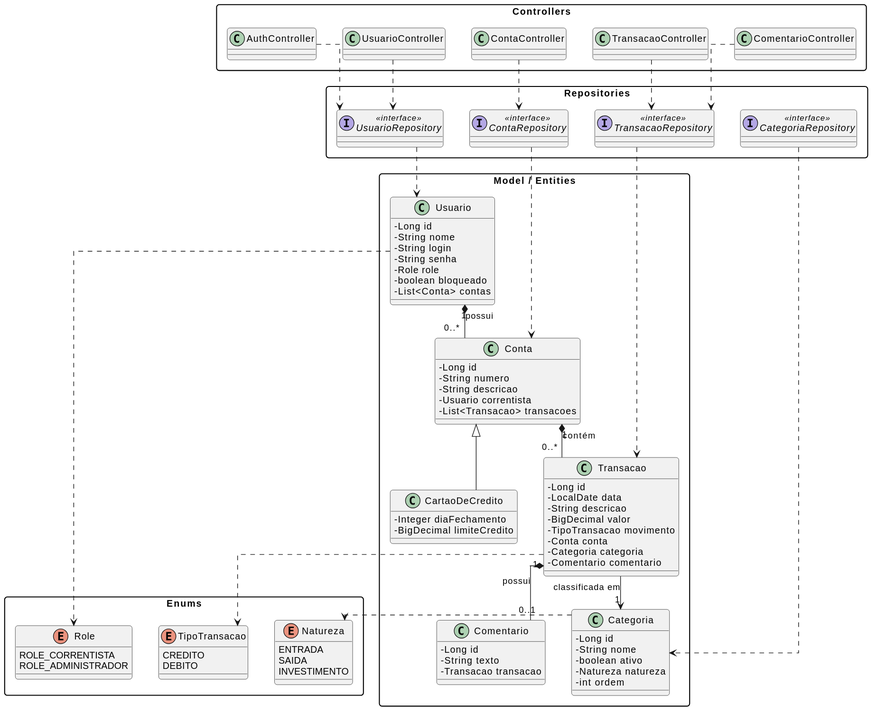
This is docs/classDiagram/Dindin.svg from MelquisedequeVital/Dindin, a PlantUML export, as it was before one commit.
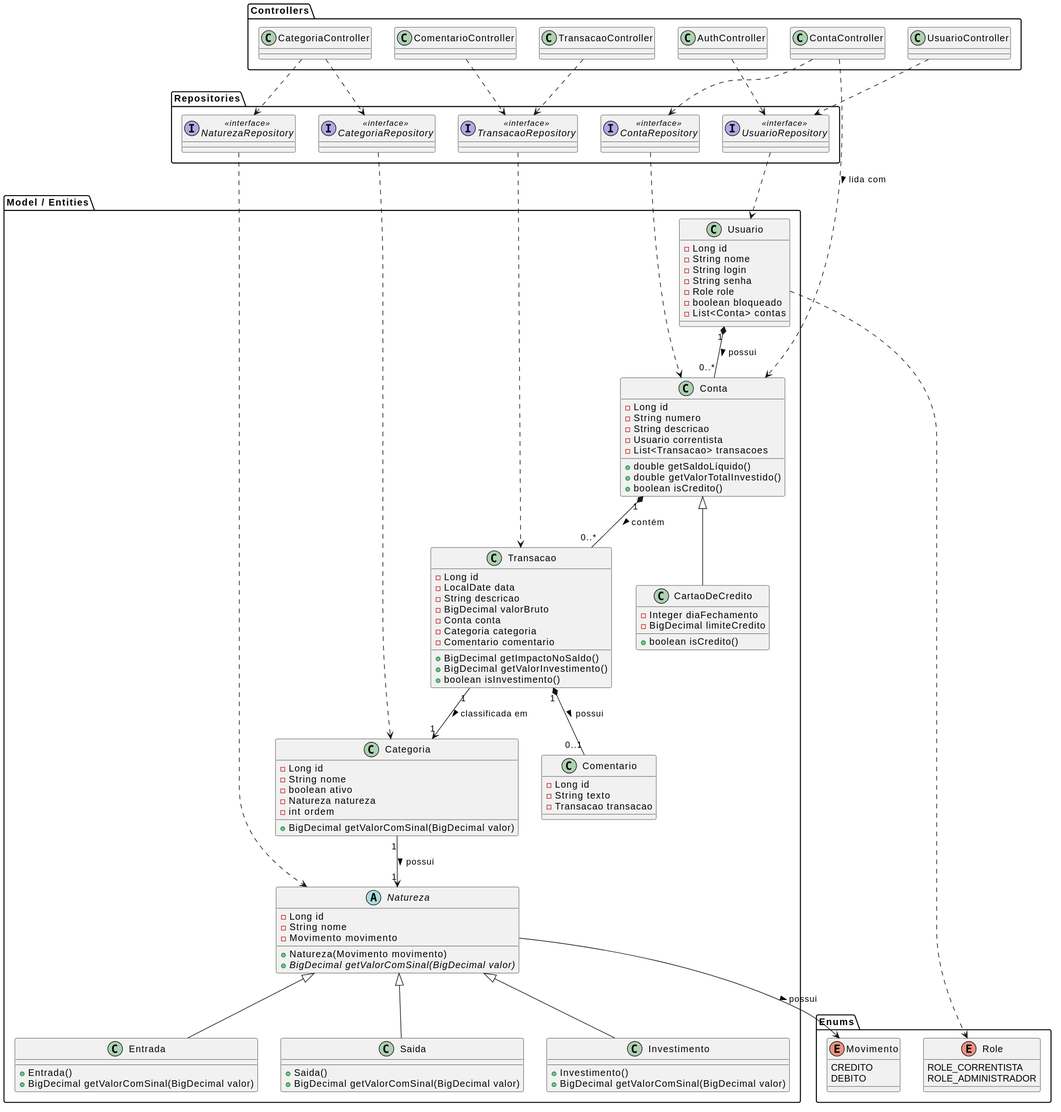
The same diagram one commit later.

Diff of the diagram source:
```diff
@@ -1,115 +1,135 @@
 @startuml
-top to bottom direction
-skinparam classAttributeIconSize 0
-skinparam packageStyle rectangle
-skinparam roundcorner 8
-skinparam linetype ortho
-skinparam nodesep 40
-skinparam ranksep 50
-
-package "Enums" {
-    enum Role {
-        ROLE_CORRENTISTA
-        ROLE_ADMINISTRADOR
-    }
-
-    enum TipoTransacao {
-        CREDITO
-        DEBITO
-    }
-
-    enum Natureza {
-        ENTRADA
-        SAIDA
-        INVESTIMENTO
-    }
-}
-
 package "Controllers" {
-    class AuthController
-    class UsuarioController
-    class ContaController
-    class TransacaoController
-    class ComentarioController
+  class AuthController
+  class UsuarioController
+  class ContaController
+  class TransacaoController
+  class ComentarioController
+  class CategoriaController
 }
 
 package "Repositories" {
-    interface UsuarioRepository <<interface>>
-    interface ContaRepository <<interface>>
-    interface TransacaoRepository <<interface>>
-    interface CategoriaRepository <<interface>>
+  interface UsuarioRepository <<interface>>
+  interface ContaRepository <<interface>>
+  interface TransacaoRepository <<interface>>
+  interface CategoriaRepository <<interface>>
+  interface NaturezaRepository <<interface>>
 }
 
 package "Model / Entities" {
+  class Usuario {
+    -Long id
+    -String nome
+    -String login
+    -String senha
+    -Role role
+    -boolean bloqueado
+    -List<Conta> contas
+  }
 
-    class Usuario {
-        - Long id
-        - String nome
-        - String login
-        - String senha
-        - Role role
-        - boolean bloqueado
-        - List<Conta> contas
-    }
+  class Conta {
+    -Long id
+    -String numero
+    -String descricao
+    -Usuario correntista
+    -List<Transacao> transacoes
+    +double getSaldoLíquido()
+    +double getValorTotalInvestido()
+    +boolean isCredito()
+  }
 
-    class Conta {
-        - Long id
-        - String numero
-        - String descricao
-        - Usuario correntista
-        - List<Transacao> transacoes
-    }
+  class CartaoDeCredito extends Conta {
+    -Integer diaFechamento
+    -BigDecimal limiteCredito
+    +boolean isCredito()
+  }
 
-    class CartaoDeCredito {
-        - Integer diaFechamento
-        - BigDecimal limiteCredito
-    }
+  class Transacao {
+    -Long id
+    -LocalDate data
+    -String descricao
+    -BigDecimal valorBruto
+    -Conta conta
+    -Categoria categoria
+    -Comentario comentario
+    +BigDecimal getImpactoNoSaldo()
+    +BigDecimal getValorInvestimento()
+    +boolean isInvestimento()
+  }
 
-    class Transacao {
-        - Long id
-        - LocalDate data
-        - String descricao
-        - BigDecimal valor
-        - TipoTransacao movimento
-        - Conta conta
-        - Categoria categoria
-        - Comentario comentario
-    }
+  class Comentario {
+    -Long id
+    -String texto
+    -Transacao transacao
+  }
 
-    class Comentario {
-        - Long id
-        - String texto
-        - Transacao transacao
-    }
+  class Categoria {
+    -Long id
+    -String nome
+    -boolean ativo
+    -Natureza natureza
+    -int ordem
+    +BigDecimal getValorComSinal(BigDecimal valor)
+  }
 
-    class Categoria {
-        - Long id
-        - String nome
-        - boolean ativo
-        - Natureza natureza
-        - int ordem
-    }
+  abstract class Natureza {
+    -Long id
+    -String nome
+    -Movimento movimento
+    +Natureza(Movimento movimento)
+    +{abstract} BigDecimal getValorComSinal(BigDecimal valor)
+  }
+
+  class Entrada extends Natureza {
+    +Entrada()
+    +BigDecimal getValorComSinal(BigDecimal valor)
+  }
+
+  class Saida extends Natureza {
+    +Saida()
+    +BigDecimal getValorComSinal(BigDecimal valor)
+  }
+
+  class Investimento extends Natureza {
+    +Investimento()
+    +BigDecimal getValorComSinal(BigDecimal valor)
+  }
 }
 
-Conta <|-- CartaoDeCredito
+package "Enums" {
+  enum Role {
+    ROLE_CORRENTISTA
+    ROLE_ADMINISTRADOR
+  }
 
-Usuario "1" *-- "0..*" Conta : possui
-Usuario .right.> Role
-
-Conta "1" *-- "0..*" Transacao : contém
-Transacao .right.> TipoTransacao
-Transacao --> "1" Categoria : classificada em
-Transacao "1" *-- "0..1" Comentario : possui
-Categoria .right.> Natureza
+  enum Movimento {
+    CREDITO
+    DEBITO
+  }
+}
 
 AuthController ..> UsuarioRepository
 UsuarioController ..> UsuarioRepository
 ContaController ..> ContaRepository
+ContaController ..> Conta : lida com >
 TransacaoController ..> TransacaoRepository
 ComentarioController ..> TransacaoRepository
+CategoriaController ..> CategoriaRepository
+CategoriaController ..> NaturezaRepository
 
 UsuarioRepository ..> Usuario
 ContaRepository ..> Conta
 TransacaoRepository ..> Transacao
 CategoriaRepository ..> Categoria
-@enduml
+NaturezaRepository ..> Natureza
+
+Usuario "1" *-- "0..*" Conta : possui >
+Conta "1" *-- "0..*" Transacao : contém >
+Transacao "1" *-- "0..1" Comentario : possui >
+Transacao "1" --> "1" Categoria : classificada em >
+
+Usuario ..> Role
+Categoria "1" --> "1" Natureza : possui >
+Natureza --> Movimento : possui >
+
+@endluml
```
